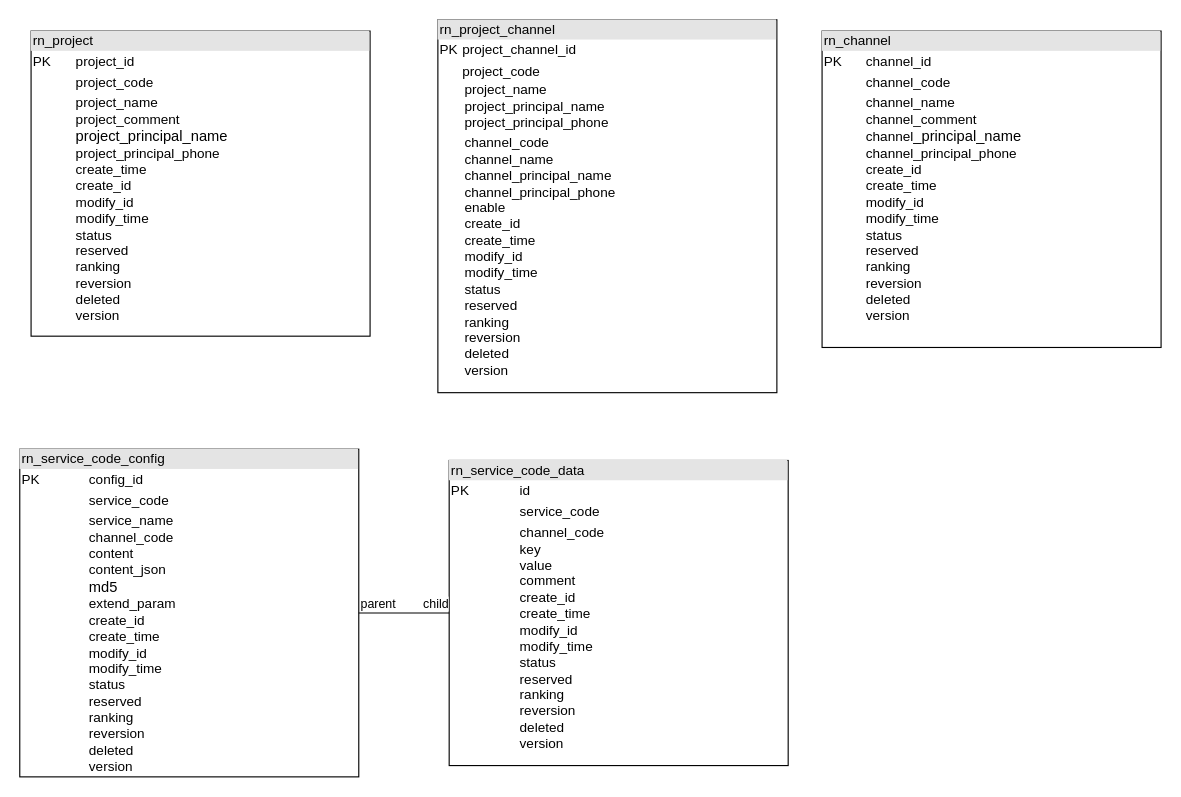
This is configuration.drawio from zl1509015035/zl1509015035.github.io, a draw.io file, before an edit. Source tidied: cells renumbered, new cells numbered last; positions are measured from the earlier drawing's top-left corner, leaving out a move shared by most shapes. Both pictures are drawn from the tidied source at 113%, with x=0, y=0 at pixel (19, 19).
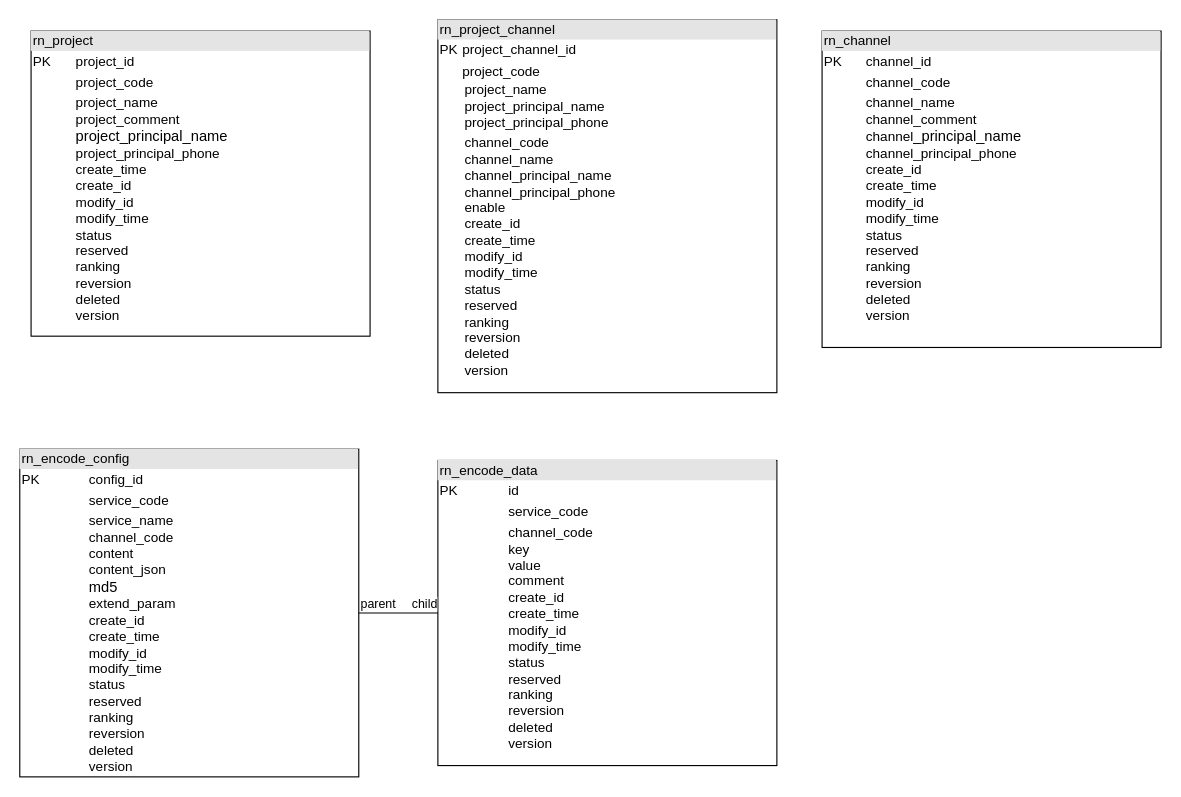
After the change.

Diff of the diagram source:
```diff
@@
 <mxGraphModel>
   <root>
     <mxCell id="0" />
     <mxCell id="1" parent="0" />
     <mxCell id="2" value="&lt;div style=&quot;box-sizing:border-box;width:100%;background:#e4e4e4;padding:2px;&quot;&gt;rn_project&lt;/div&gt;&lt;table style=&quot;width:100%;font-size:1em;&quot; cellpadding=&quot;2&quot; cellspacing=&quot;0&quot;&gt;&lt;tbody&gt;&lt;tr&gt;&lt;td&gt;PK&lt;/td&gt;&lt;td&gt;project_id&lt;/td&gt;&lt;/tr&gt;&lt;tr&gt;&lt;td&gt;&lt;br&gt;&lt;/td&gt;&lt;td&gt;project_code&lt;/td&gt;&lt;/tr&gt;&lt;tr&gt;&lt;td&gt;&lt;/td&gt;&lt;td&gt;project_name&lt;br&gt;project_comment&lt;br&gt;&lt;span style=&quot;font-family: Arial, sans-serif; font-size: 13px; background-color: rgb(255, 255, 255);&quot;&gt;project_principal_name&lt;br&gt;&lt;/span&gt;project_principal_phone&lt;br&gt;create_time&lt;br&gt;create_id&lt;br&gt;modify_id&lt;br&gt;modify_time&lt;br&gt;status&lt;br&gt;reserved&lt;br&gt;ranking&lt;br&gt;reversion&lt;br&gt;deleted&lt;br&gt;version&lt;br&gt;&lt;br&gt;&lt;/td&gt;&lt;/tr&gt;&lt;/tbody&gt;&lt;/table&gt;" style="verticalAlign=top;align=left;overflow=fill;html=1;" parent="1" vertex="1">
       <mxGeometry x="10" y="10" width="300" height="270" as="geometry" />
     </mxCell>
     <mxCell id="3" value="&lt;div style=&quot;box-sizing:border-box;width:100%;background:#e4e4e4;padding:2px;&quot;&gt;rn_channel&lt;/div&gt;&lt;table style=&quot;width:100%;font-size:1em;&quot; cellpadding=&quot;2&quot; cellspacing=&quot;0&quot;&gt;&lt;tbody&gt;&lt;tr&gt;&lt;td&gt;PK&lt;/td&gt;&lt;td&gt;channel_id&lt;/td&gt;&lt;/tr&gt;&lt;tr&gt;&lt;td&gt;&lt;br&gt;&lt;/td&gt;&lt;td&gt;channel_code&lt;/td&gt;&lt;/tr&gt;&lt;tr&gt;&lt;td&gt;&lt;/td&gt;&lt;td&gt;channel_name&lt;br&gt;channel_comment&lt;br&gt;channel&lt;span style=&quot;font-family: Arial, sans-serif; font-size: 13px; background-color: rgb(255, 255, 255);&quot;&gt;_principal_name&lt;br&gt;&lt;/span&gt;channel_principal_phone&lt;br&gt;create_id&lt;br&gt;create_time&lt;br&gt;modify_id&lt;br&gt;modify_time&lt;br&gt;status&lt;br&gt;reserved&lt;br&gt;ranking&lt;br&gt;reversion&lt;br&gt;deleted&lt;br&gt;version&lt;br&gt;&lt;br&gt;&lt;/td&gt;&lt;/tr&gt;&lt;/tbody&gt;&lt;/table&gt;" style="verticalAlign=top;align=left;overflow=fill;html=1;" parent="1" vertex="1">
       <mxGeometry x="710" y="10" width="300" height="280" as="geometry" />
     </mxCell>
-    <mxCell id="4" value="&lt;div style=&quot;box-sizing:border-box;width:100%;background:#e4e4e4;padding:2px;&quot;&gt;rn_service_code_config&lt;/div&gt;&lt;table style=&quot;width:100%;font-size:1em;&quot; cellpadding=&quot;2&quot; cellspacing=&quot;0&quot;&gt;&lt;tbody&gt;&lt;tr&gt;&lt;td&gt;PK&lt;/td&gt;&lt;td&gt;config_id&lt;/td&gt;&lt;/tr&gt;&lt;tr&gt;&lt;td&gt;&lt;br&gt;&lt;/td&gt;&lt;td&gt;service_code&lt;/td&gt;&lt;/tr&gt;&lt;tr&gt;&lt;td&gt;&lt;/td&gt;&lt;td&gt;service_name&lt;br&gt;channel_code&lt;br&gt;content&lt;br&gt;content_json&lt;br&gt;&lt;span style=&quot;font-family: Arial, sans-serif; font-size: 13px; background-color: rgb(255, 255, 255);&quot;&gt;md5&lt;br&gt;&lt;/span&gt;extend_param&lt;br&gt;create_id&lt;br&gt;create_time&lt;br&gt;modify_id&lt;br&gt;modify_time&lt;br&gt;status&lt;br&gt;reserved&lt;br&gt;ranking&lt;br&gt;reversion&lt;br&gt;deleted&lt;br&gt;version&lt;br&gt;&lt;br&gt;&lt;/td&gt;&lt;/tr&gt;&lt;/tbody&gt;&lt;/table&gt;" style="verticalAlign=top;align=left;overflow=fill;html=1;" parent="1" vertex="1">
+    <mxCell id="4" value="&lt;div style=&quot;box-sizing:border-box;width:100%;background:#e4e4e4;padding:2px;&quot;&gt;rn_encode_config&lt;/div&gt;&lt;table style=&quot;width:100%;font-size:1em;&quot; cellpadding=&quot;2&quot; cellspacing=&quot;0&quot;&gt;&lt;tbody&gt;&lt;tr&gt;&lt;td&gt;PK&lt;/td&gt;&lt;td&gt;config_id&lt;/td&gt;&lt;/tr&gt;&lt;tr&gt;&lt;td&gt;&lt;br&gt;&lt;/td&gt;&lt;td&gt;service_code&lt;/td&gt;&lt;/tr&gt;&lt;tr&gt;&lt;td&gt;&lt;/td&gt;&lt;td&gt;service_name&lt;br&gt;channel_code&lt;br&gt;content&lt;br&gt;content_json&lt;br&gt;&lt;span style=&quot;font-family: Arial, sans-serif; font-size: 13px; background-color: rgb(255, 255, 255);&quot;&gt;md5&lt;br&gt;&lt;/span&gt;extend_param&lt;br&gt;create_id&lt;br&gt;create_time&lt;br&gt;modify_id&lt;br&gt;modify_time&lt;br&gt;status&lt;br&gt;reserved&lt;br&gt;ranking&lt;br&gt;reversion&lt;br&gt;deleted&lt;br&gt;version&lt;br&gt;&lt;br&gt;&lt;/td&gt;&lt;/tr&gt;&lt;/tbody&gt;&lt;/table&gt;" style="verticalAlign=top;align=left;overflow=fill;html=1;" parent="1" vertex="1">
       <mxGeometry y="380" width="300" height="290" as="geometry" />
     </mxCell>
-    <mxCell id="5" value="&lt;div style=&quot;box-sizing:border-box;width:100%;background:#e4e4e4;padding:2px;&quot;&gt;rn_service_code_data&lt;/div&gt;&lt;table style=&quot;width:100%;font-size:1em;&quot; cellpadding=&quot;2&quot; cellspacing=&quot;0&quot;&gt;&lt;tbody&gt;&lt;tr&gt;&lt;td&gt;PK&lt;/td&gt;&lt;td&gt;id&lt;/td&gt;&lt;/tr&gt;&lt;tr&gt;&lt;td&gt;&lt;br&gt;&lt;/td&gt;&lt;td&gt;service_code&lt;/td&gt;&lt;/tr&gt;&lt;tr&gt;&lt;td&gt;&lt;/td&gt;&lt;td&gt;channel_code&lt;br&gt;key&lt;br&gt;value&lt;br&gt;comment&lt;br&gt;create_id&lt;br&gt;create_time&lt;br&gt;modify_id&lt;br&gt;modify_time&lt;br&gt;status&lt;br&gt;reserved&lt;br&gt;ranking&lt;br&gt;reversion&lt;br&gt;deleted&lt;br&gt;version&lt;br&gt;&lt;br&gt;&lt;/td&gt;&lt;/tr&gt;&lt;/tbody&gt;&lt;/table&gt;" style="verticalAlign=top;align=left;overflow=fill;html=1;" parent="1" vertex="1">
-      <mxGeometry x="380" y="390" width="300" height="270" as="geometry" />
+    <mxCell id="5" value="&lt;div style=&quot;box-sizing:border-box;width:100%;background:#e4e4e4;padding:2px;&quot;&gt;rn_encode_data&lt;/div&gt;&lt;table style=&quot;width:100%;font-size:1em;&quot; cellpadding=&quot;2&quot; cellspacing=&quot;0&quot;&gt;&lt;tbody&gt;&lt;tr&gt;&lt;td&gt;PK&lt;/td&gt;&lt;td&gt;id&lt;/td&gt;&lt;/tr&gt;&lt;tr&gt;&lt;td&gt;&lt;br&gt;&lt;/td&gt;&lt;td&gt;service_code&lt;/td&gt;&lt;/tr&gt;&lt;tr&gt;&lt;td&gt;&lt;/td&gt;&lt;td&gt;channel_code&lt;br&gt;key&lt;br&gt;value&lt;br&gt;comment&lt;br&gt;create_id&lt;br&gt;create_time&lt;br&gt;modify_id&lt;br&gt;modify_time&lt;br&gt;status&lt;br&gt;reserved&lt;br&gt;ranking&lt;br&gt;reversion&lt;br&gt;deleted&lt;br&gt;version&lt;br&gt;&lt;br&gt;&lt;/td&gt;&lt;/tr&gt;&lt;/tbody&gt;&lt;/table&gt;" style="verticalAlign=top;align=left;overflow=fill;html=1;" parent="1" vertex="1">
+      <mxGeometry x="370" y="390" width="300" height="270" as="geometry" />
     </mxCell>
     <mxCell id="6" style="endArrow=none;html=1;edgeStyle=orthogonalEdgeStyle;rounded=0;fontColor=#000000;exitX=1;exitY=0.5;exitDx=0;exitDy=0;entryX=0;entryY=0.5;entryDx=0;entryDy=0;" parent="1" edge="1" source="4" target="5">
       <mxGeometry relative="1" as="geometry" />
     </mxCell>
     <mxCell id="7" value="parent" style="edgeLabel;html=1;align=left;verticalAlign=bottom;fontColor=#000000;" parent="6" vertex="1">
       <mxGeometry x="-1" relative="1" as="geometry" />
     </mxCell>
     <mxCell id="8" value="child" style="edgeLabel;html=1;align=right;verticalAlign=bottom;fontColor=#000000;" parent="6" vertex="1">
       <mxGeometry x="1" relative="1" as="geometry" />
     </mxCell>
     <mxCell id="9" value="&lt;div style=&quot;box-sizing:border-box;width:100%;background:#e4e4e4;padding:2px;&quot;&gt;rn_project_channel&lt;/div&gt;&lt;table style=&quot;width:100%;font-size:1em;&quot; cellpadding=&quot;2&quot; cellspacing=&quot;0&quot;&gt;&lt;tbody&gt;&lt;tr&gt;&lt;td&gt;PK&lt;/td&gt;&lt;td&gt;project_channel_id&lt;br&gt;&lt;/td&gt;&lt;/tr&gt;&lt;tr&gt;&lt;td&gt;&lt;br&gt;&lt;/td&gt;&lt;td&gt;project_code&lt;br&gt;&lt;table style=&quot;font-size: 1em; width: 300px;&quot; cellpadding=&quot;2&quot; cellspacing=&quot;0&quot;&gt;&lt;tbody&gt;&lt;tr&gt;&lt;td&gt;project_name&lt;br&gt;project_principal_name&lt;br&gt;project_principal_phone&lt;br&gt;&lt;/td&gt;&lt;/tr&gt;&lt;tr&gt;&lt;td&gt;channel_code&lt;br&gt;channel_name&lt;br&gt;channel_principal_name&lt;br&gt;channel_principal_phone&lt;br&gt;enable&lt;br&gt;create_id&lt;br&gt;create_time&lt;br&gt;modify_id&lt;br&gt;modify_time&lt;br&gt;status&lt;br&gt;reserved&lt;br&gt;ranking&lt;br&gt;reversion&lt;br&gt;deleted&lt;br&gt;version&lt;br&gt;&lt;/td&gt;&lt;td&gt;&lt;br&gt;&lt;/td&gt;&lt;/tr&gt;&lt;/tbody&gt;&lt;/table&gt;&lt;/td&gt;&lt;/tr&gt;&lt;tr&gt;&lt;td&gt;&lt;/td&gt;&lt;td&gt;&lt;br&gt;&lt;br&gt;&lt;/td&gt;&lt;/tr&gt;&lt;/tbody&gt;&lt;/table&gt;" style="verticalAlign=top;align=left;overflow=fill;html=1;" parent="1" vertex="1">
       <mxGeometry x="370" width="300" height="330" as="geometry" />
     </mxCell>
   </root>
 </mxGraphModel>
```
